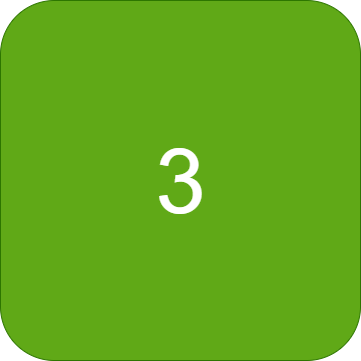
zintom69/Game-Rush-Hour keeps this draw.io diagram as Rush Hour Main/assets/MapButtons/3(B).png. Above is the earlier version. Source tidied: cells renumbered, new cells last; positions are measured from the earlier drawing's top-left corner, leaving out a move shared by most shapes.
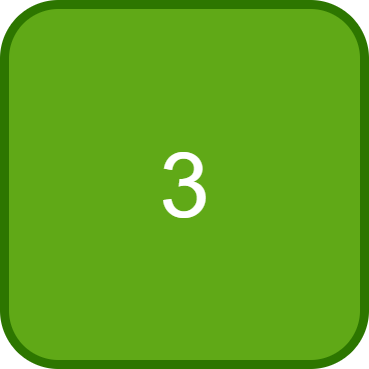
After the commit.

Change to the diagram source:
```diff
@@ -2,7 +2,7 @@
   <root>
     <mxCell id="0" />
     <mxCell id="1" parent="0" />
-    <mxCell id="2" value="&lt;font style=&quot;font-size: 90px;&quot;&gt;3&lt;/font&gt;" style="rounded=1;whiteSpace=wrap;html=1;fillColor=#60a917;fontColor=#ffffff;strokeColor=#2D7600;" parent="1" vertex="1">
+    <mxCell id="2" value="&lt;span style=&quot;font-size: 90px;&quot;&gt;3&lt;/span&gt;" style="rounded=1;whiteSpace=wrap;html=1;strokeWidth=9;fillColor=#60a917;fontColor=#ffffff;strokeColor=#2D7600;" parent="1" vertex="1">
       <mxGeometry width="360" height="360" as="geometry" />
     </mxCell>
   </root>
```
